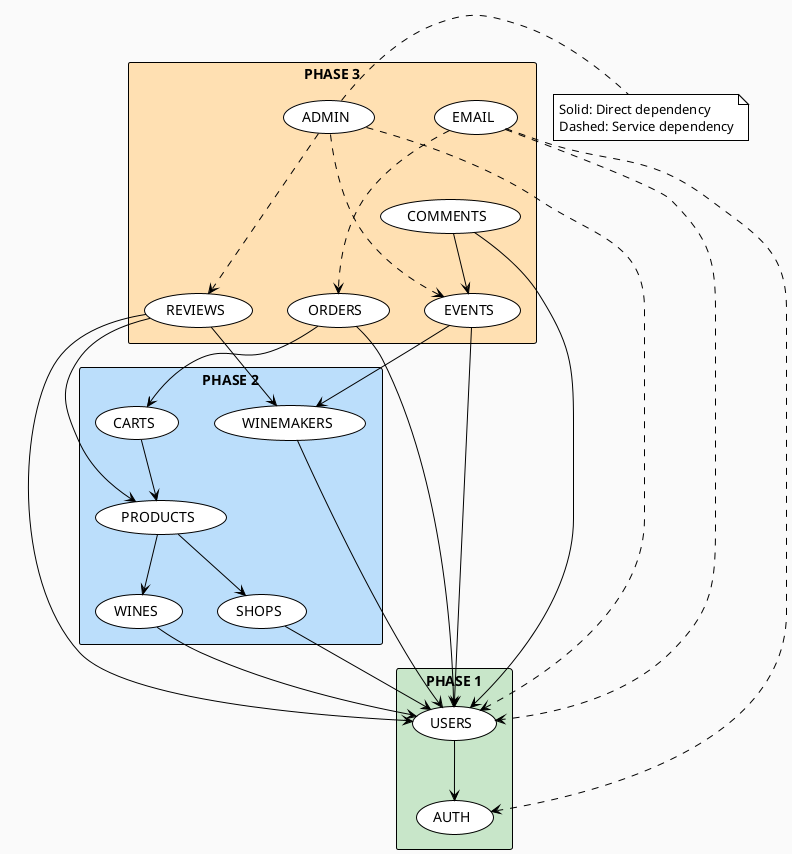
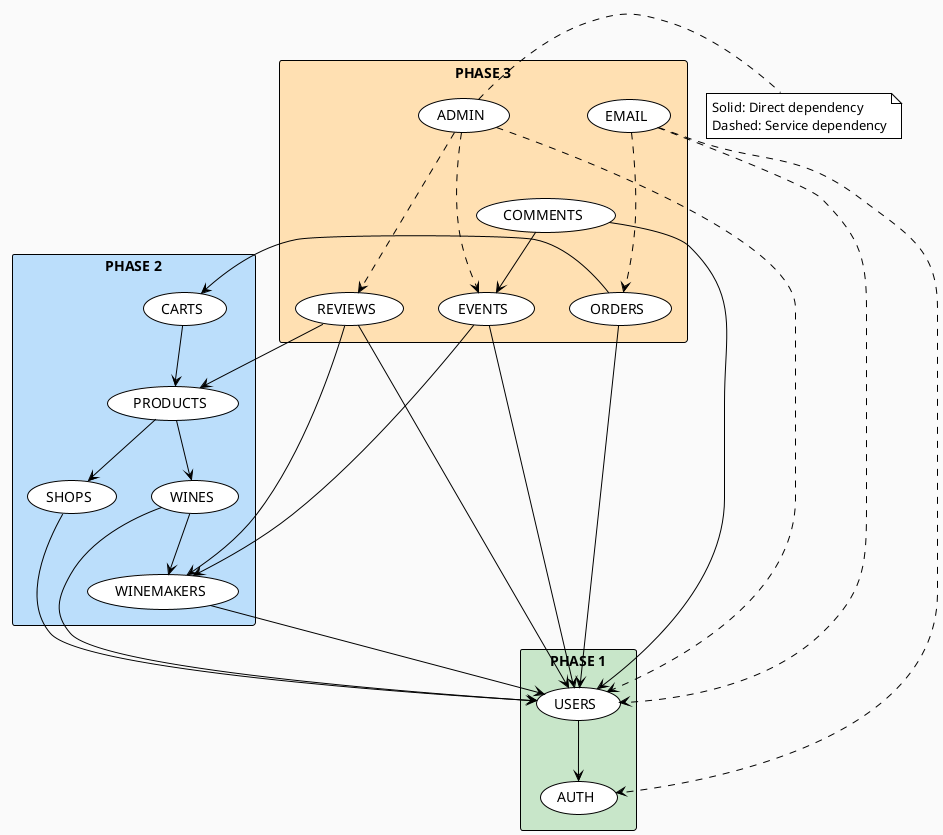
@startuml module_dependencies
!theme plain
skinparam backgroundColor #FAFAFA

rectangle "PHASE 1" #C8E6C9 {
  (AUTH)
  (USERS)
  USERS --> AUTH
}

rectangle "PHASE 2" #BBDEFB {
  (WINES)
  (WINEMAKERS)
  (SHOPS)
  (PRODUCTS)
  (CARTS)

  WINES --> USERS
+   WINES --> WINEMAKERS
  WINEMAKERS --> USERS
  SHOPS --> USERS
  PRODUCTS --> WINES
  PRODUCTS --> SHOPS
  CARTS --> PRODUCTS
}

rectangle "PHASE 3" #FFE0B2 {
  (ORDERS)
  (EVENTS)
  (COMMENTS)
  (REVIEWS)
  (EMAIL)
  (ADMIN)

  ORDERS --> CARTS
  ORDERS --> USERS
  EVENTS --> WINEMAKERS
  EVENTS --> USERS
  COMMENTS --> EVENTS
  COMMENTS --> USERS
  REVIEWS --> PRODUCTS
  REVIEWS --> WINEMAKERS
  REVIEWS --> USERS
  EMAIL -.-> AUTH
  EMAIL -.-> USERS
  EMAIL -.-> ORDERS
  ADMIN -.-> USERS
  ADMIN -.-> EVENTS
  ADMIN -.-> REVIEWS
}

note right
  Solid: Direct dependency
  Dashed: Service dependency
end note

@enduml
